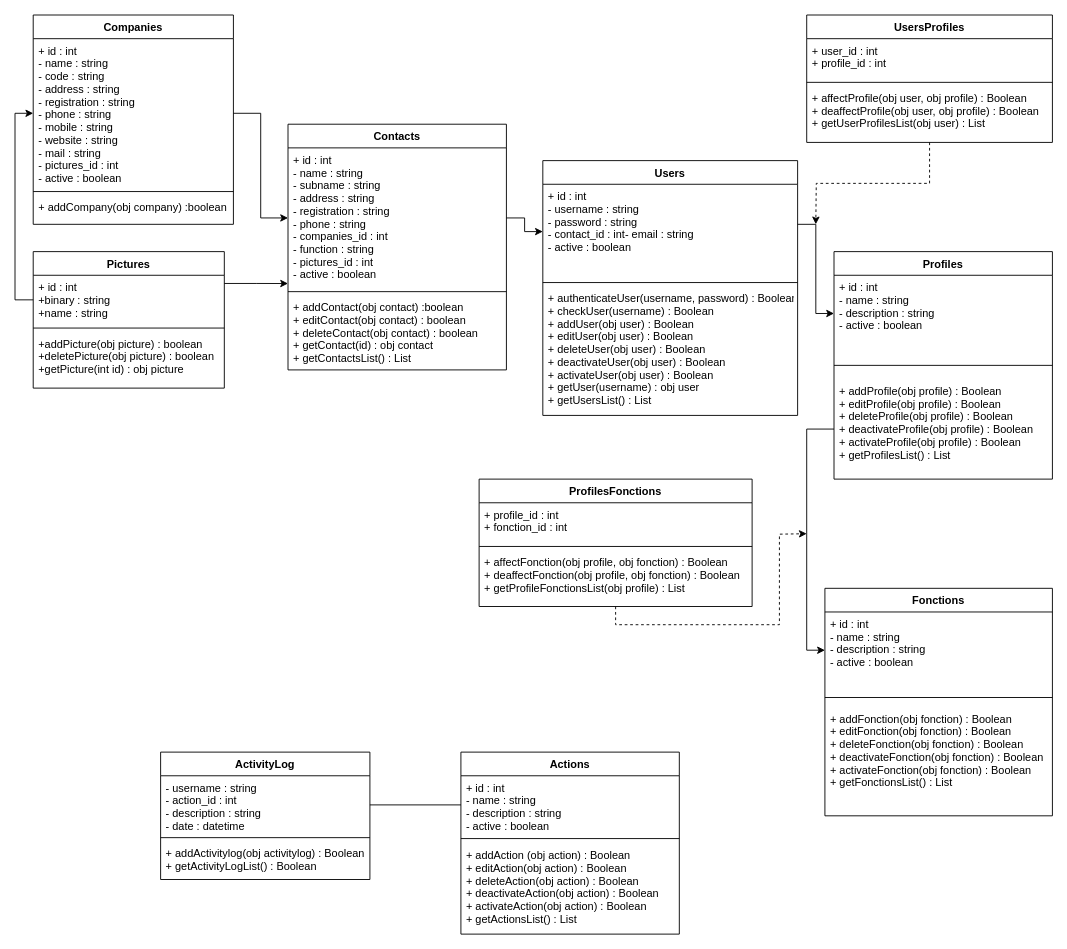
This is docs/ClassesDiagram.drawio from MouhaBY/ToolsProject, a draw.io file, before an edit. Source tidied: cells renumbered, new cells numbered last; positions are measured from the earlier drawing's top-left corner, leaving out a move shared by most shapes. Both pictures are drawn from the tidied source at 91%, with x=0, y=0 at pixel (33, 15).
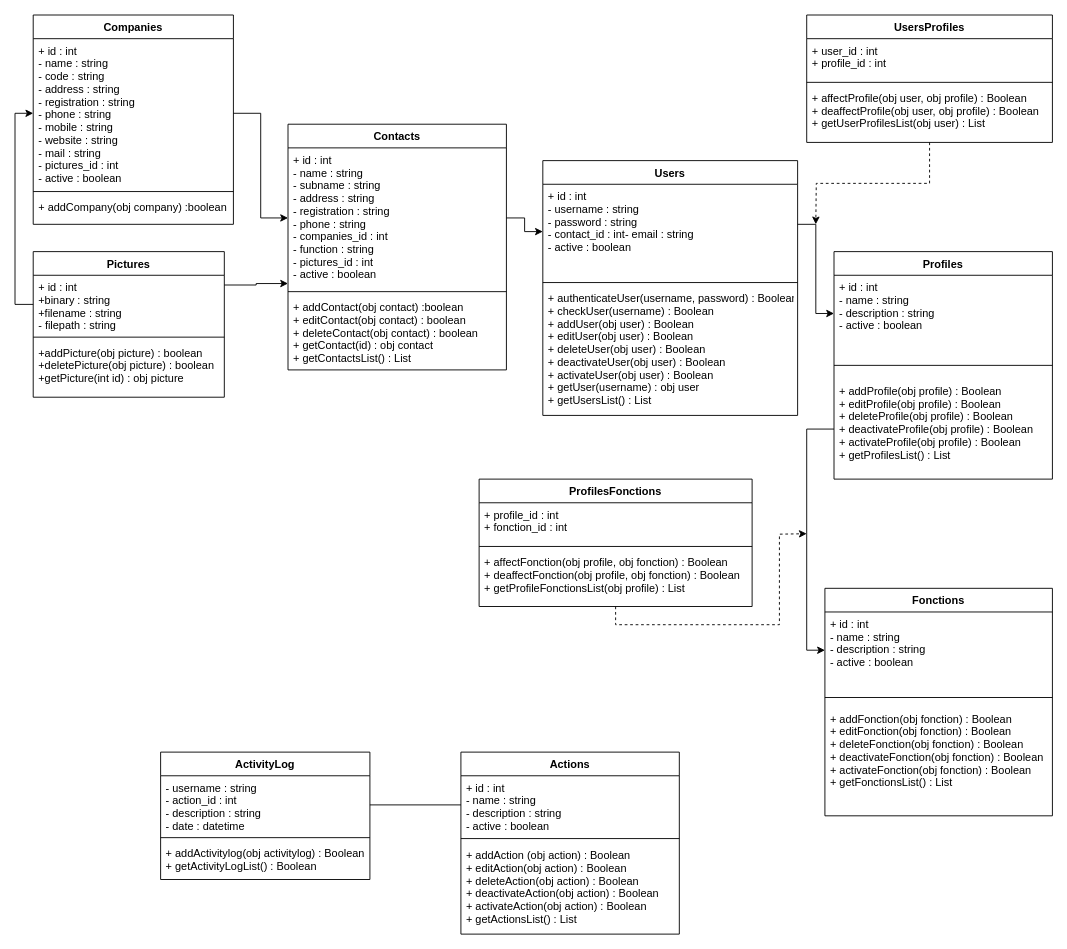
The same diagram, later.

What changed in the source:
```diff
@@
     <mxCell id="30" value="Pictures" style="swimlane;fontStyle=1;align=center;verticalAlign=top;horizontal=1;startSize=26;" parent="1" vertex="1">
-      <mxGeometry y="260" width="210" height="150" as="geometry" />
+      <mxGeometry y="260" width="210" height="160" as="geometry" />
     </mxCell>
-    <mxCell id="31" value="+ id : int&#10;+binary : string&#10;+name : string&#10;&#10;" style="text;strokeColor=none;fillColor=none;align=left;verticalAlign=top;spacingLeft=4;spacingRight=4;overflow=hidden;points=[[0,0.5],[1,0.5]];portConstraint=eastwest;" parent="30" vertex="1">
-      <mxGeometry y="26" width="210" height="54" as="geometry" />
+    <mxCell id="31" value="+ id : int&#10;+binary : string&#10;+filename : string&#10;- filepath : string&#10;&#10;&#10;" style="text;strokeColor=none;fillColor=none;align=left;verticalAlign=top;spacingLeft=4;spacingRight=4;overflow=hidden;points=[[0,0.5],[1,0.5]];portConstraint=eastwest;" parent="30" vertex="1">
+      <mxGeometry y="26" width="210" height="64" as="geometry" />
     </mxCell>
     <mxCell id="32" style="line;strokeWidth=1;fillColor=none;align=left;verticalAlign=middle;spacingTop=-1;spacingLeft=3;spacingRight=3;labelPosition=right;" parent="30" vertex="1">
-      <mxGeometry y="80" width="210" height="8" as="geometry" />
+      <mxGeometry y="90" width="210" height="8" as="geometry" />
     </mxCell>
     <mxCell id="33" value="+addPicture(obj picture) : boolean&#10;+deletePicture(obj picture) : boolean&#10;+getPicture(int id) : obj picture&#10;" style="text;strokeColor=none;fillColor=none;align=left;verticalAlign=top;spacingLeft=4;spacingRight=4;overflow=hidden;" parent="30" vertex="1">
-      <mxGeometry y="88" width="210" height="62" as="geometry" />
+      <mxGeometry y="98" width="210" height="62" as="geometry" />
     </mxCell>
```
